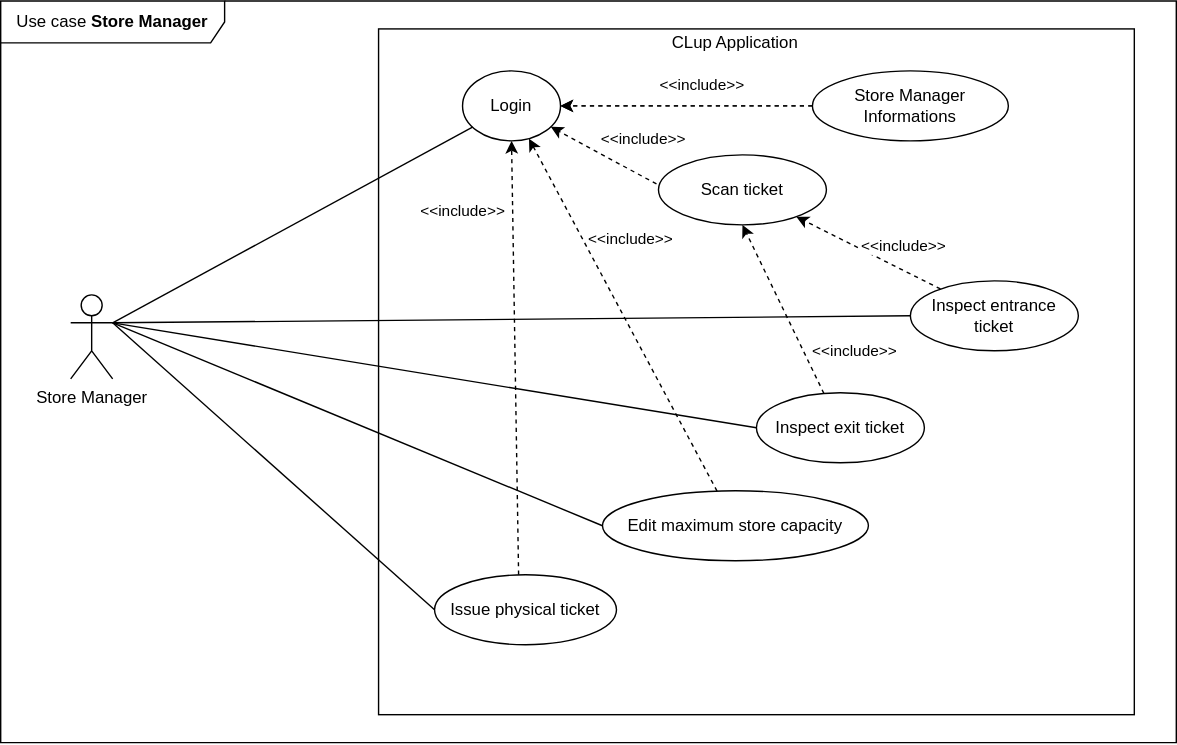
Earlier version of the draw.io export assets/rasd/use_cases/use_case_store_manager.svg (ferrohd/CLup). Source tidied: cells renumbered, new cells last; positions are measured from the earlier drawing's top-left corner, leaving out a move shared by most shapes.
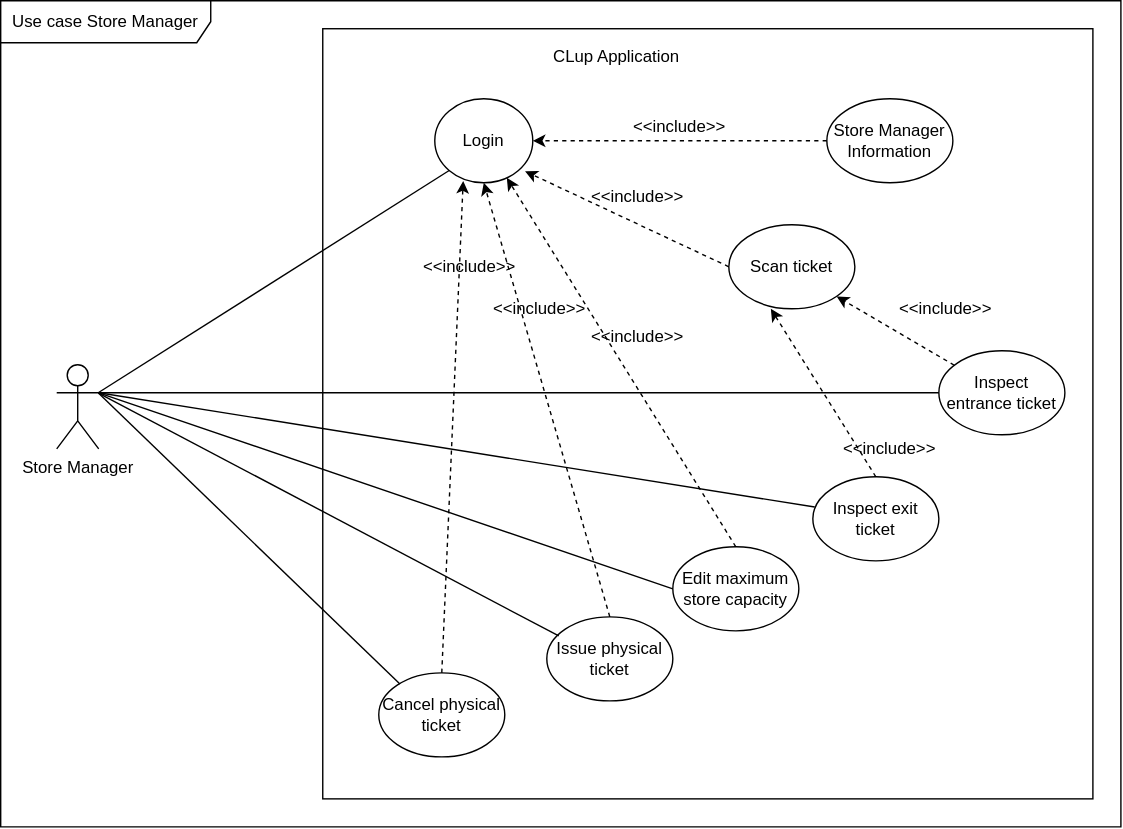
The same file after the commit.

Commit message:
updated use cases

What changed in the source:
```diff
@@ -2,112 +2,107 @@
   <root>
     <mxCell id="0" />
     <mxCell id="1" parent="0" />
-    <mxCell id="2" value="Use case &lt;b&gt;Store Manager&lt;br&gt;&lt;/b&gt;" style="shape=umlFrame;whiteSpace=wrap;html=1;width=160;height=30;" parent="1" vertex="1">
-      <mxGeometry width="840" height="530" as="geometry" />
+    <mxCell id="2" value="Use case Store Manager" style="shape=umlFrame;whiteSpace=wrap;html=1;width=150;height=30;" parent="1" vertex="1">
+      <mxGeometry y="10" width="800" height="590" as="geometry" />
     </mxCell>
-    <mxCell id="3" style="rounded=0;whiteSpace=wrap;html=1;" parent="1" vertex="1">
-      <mxGeometry x="270" y="20" width="540" height="490" as="geometry" />
-    </mxCell>
+    <mxCell id="32" style="whiteSpace=wrap;html=1;" parent="1" vertex="1">
+      <mxGeometry x="230" y="30" width="550" height="550" as="geometry" />
+    </mxCell>
+    <mxCell id="5" value="Store Manager" style="shape=umlActor;verticalLabelPosition=bottom;verticalAlign=top;html=1;" parent="1" vertex="1">
+      <mxGeometry x="40" y="270" width="30" height="60" as="geometry" />
+    </mxCell>
-    <mxCell id="4" value="&lt;div&gt;CLup Application&lt;/div&gt;" style="text;html=1;strokeColor=none;fillColor=none;align=center;verticalAlign=middle;whiteSpace=wrap;rounded=0;" parent="1" vertex="1">
-      <mxGeometry x="460" y="20" width="130" height="20" as="geometry" />
+    <mxCell id="4" value="CLup Application" style="text;html=1;strokeColor=none;fillColor=none;align=center;verticalAlign=middle;whiteSpace=wrap;rounded=0;" parent="1" vertex="1">
+      <mxGeometry x="390" y="40" width="100" height="20" as="geometry" />
     </mxCell>
-    <mxCell id="5" value="Store Manager" style="shape=umlActor;verticalLabelPosition=bottom;verticalAlign=top;html=1;" parent="1" vertex="1">
-      <mxGeometry x="50" y="210" width="30" height="60" as="geometry" />
-    </mxCell>
     <mxCell id="6" value="Login" style="ellipse;whiteSpace=wrap;html=1;" parent="1" vertex="1">
-      <mxGeometry x="330" y="50" width="70" height="50" as="geometry" />
+      <mxGeometry x="310" y="80" width="70" height="60" as="geometry" />
     </mxCell>
-    <mxCell id="7" style="endArrow=none;html=1;exitX=1;exitY=0.3333333333333333;exitDx=0;exitDy=0;exitPerimeter=0;" parent="1" edge="1" source="5" target="6">
-      <mxGeometry relative="1" as="geometry" />
-    </mxCell>
-    <mxCell id="8" value="Store Manager Informations" style="ellipse;whiteSpace=wrap;html=1;" parent="1" vertex="1">
-      <mxGeometry x="580" y="50" width="140" height="50" as="geometry" />
-    </mxCell>
-    <mxCell id="9" style="endArrow=classic;html=1;exitX=0;exitY=0.5;exitDx=0;exitDy=0;entryX=1;entryY=0.5;entryDx=0;entryDy=0;dashed=1;" parent="1" edge="1" source="8" target="6">
-      <mxGeometry relative="1" as="geometry" />
-    </mxCell>
-    <mxCell id="10" value="&amp;lt;&amp;lt;include&amp;gt;&amp;gt;" style="edgeLabel;html=1;align=center;verticalAlign=middle;" parent="9" vertex="1">
-      <mxGeometry x="-0.19" relative="1" as="geometry">
-        <mxPoint x="-6.7" y="-15" as="offset" />
-      </mxGeometry>
-    </mxCell>
+    <mxCell id="33" value="Store Manager Information" style="ellipse;whiteSpace=wrap;html=1;" parent="1" vertex="1">
+      <mxGeometry x="590" y="80" width="90" height="60" as="geometry" />
+    </mxCell>
+    <mxCell id="15" value="Scan ticket" style="ellipse;whiteSpace=wrap;html=1;" parent="1" vertex="1">
+      <mxGeometry x="520" y="170" width="90" height="60" as="geometry" />
+    </mxCell>
     <mxCell id="11" value="Inspect entrance ticket" style="ellipse;whiteSpace=wrap;html=1;" parent="1" vertex="1">
-      <mxGeometry x="650" y="200" width="120" height="50" as="geometry" />
+      <mxGeometry x="670" y="260" width="90" height="60" as="geometry" />
     </mxCell>
     <mxCell id="12" value="Inspect exit ticket" style="ellipse;whiteSpace=wrap;html=1;" parent="1" vertex="1">
-      <mxGeometry x="540" y="280" width="120" height="50" as="geometry" />
+      <mxGeometry x="580" y="350" width="90" height="60" as="geometry" />
     </mxCell>
-    <mxCell id="13" style="endArrow=classic;html=1;exitX=0;exitY=0.5;exitDx=0;exitDy=0;entryX=1;entryY=0.5;entryDx=0;entryDy=0;dashed=1;" parent="1" edge="1">
-      <mxGeometry relative="1" as="geometry">
-        <mxPoint x="580" y="75" as="sourcePoint" />
-        <mxPoint x="400" y="75" as="targetPoint" />
-      </mxGeometry>
-    </mxCell>
-    <mxCell id="14" value="&amp;lt;&amp;lt;include&amp;gt;&amp;gt;" style="edgeLabel;html=1;align=center;verticalAlign=middle;" parent="13" vertex="1">
-      <mxGeometry x="-0.19" relative="1" as="geometry">
-        <mxPoint x="-6.7" y="-15" as="offset" />
-      </mxGeometry>
-    </mxCell>
-    <mxCell id="15" value="Scan ticket" style="ellipse;whiteSpace=wrap;html=1;" parent="1" vertex="1">
-      <mxGeometry x="470" y="110" width="120" height="50" as="geometry" />
-    </mxCell>
+    <mxCell id="28" value="Issue physical ticket" style="ellipse;whiteSpace=wrap;html=1;" parent="1" vertex="1">
+      <mxGeometry x="390" y="450" width="90" height="60" as="geometry" />
+    </mxCell>
+    <mxCell id="24" value="Edit maximum store capacity" style="ellipse;whiteSpace=wrap;html=1;" parent="1" vertex="1">
+      <mxGeometry x="480" y="400" width="90" height="60" as="geometry" />
+    </mxCell>
+    <mxCell id="29" style="endArrow=classic;html=1;dashed=1;entryX=0.5;entryY=1;entryDx=0;entryDy=0;exitX=0.5;exitY=0;exitDx=0;exitDy=0;" parent="1" edge="1" source="28" target="6">
+      <mxGeometry relative="1" as="geometry" />
+    </mxCell>
+    <mxCell id="26" style="endArrow=classic;html=1;dashed=1;exitX=0.5;exitY=0;exitDx=0;exitDy=0;" parent="1" edge="1" source="24" target="6">
+      <mxGeometry relative="1" as="geometry" />
+    </mxCell>
+    <mxCell id="34" style="endArrow=classic;html=1;dashed=1;entryX=1;entryY=0.5;entryDx=0;entryDy=0;exitX=0;exitY=0.5;exitDx=0;exitDy=0;" parent="1" edge="1" source="33" target="6">
+      <mxGeometry relative="1" as="geometry" />
+    </mxCell>
-    <mxCell id="16" style="endArrow=classic;html=1;exitX=-0.012;exitY=0.416;exitDx=0;exitDy=0;dashed=1;exitPerimeter=0;" parent="1" edge="1" source="15" target="6">
+    <mxCell id="16" style="endArrow=classic;html=1;dashed=1;entryX=0.921;entryY=0.863;entryDx=0;entryDy=0;exitX=0;exitY=0.5;exitDx=0;exitDy=0;entryPerimeter=0;" parent="1" edge="1" source="15" target="6">
       <mxGeometry relative="1" as="geometry" />
     </mxCell>
-    <mxCell id="17" value="&amp;lt;&amp;lt;include&amp;gt;&amp;gt;" style="edgeLabel;html=1;align=center;verticalAlign=middle;" parent="16" vertex="1">
-      <mxGeometry x="-0.19" relative="1" as="geometry">
-        <mxPoint x="20.2" y="-15.7" as="offset" />
-      </mxGeometry>
-    </mxCell>
-    <mxCell id="18" style="endArrow=classic;html=1;dashed=1;" parent="1" edge="1" source="11" target="15">
+    <mxCell id="18" style="endArrow=classic;html=1;dashed=1;entryX=1;entryY=1;entryDx=0;entryDy=0;" parent="1" edge="1" source="11" target="15">
       <mxGeometry relative="1" as="geometry" />
     </mxCell>
-    <mxCell id="19" value="&amp;lt;&amp;lt;include&amp;gt;&amp;gt;" style="edgeLabel;html=1;align=center;verticalAlign=middle;" parent="18" vertex="1">
-      <mxGeometry x="-0.19" relative="1" as="geometry">
-        <mxPoint x="15" y="-10.4" as="offset" />
-      </mxGeometry>
-    </mxCell>
-    <mxCell id="20" style="endArrow=classic;html=1;entryX=0.5;entryY=1;entryDx=0;entryDy=0;dashed=1;" parent="1" edge="1" source="12" target="15">
-      <mxGeometry relative="1" as="geometry" />
-    </mxCell>
-    <mxCell id="21" value="&amp;lt;&amp;lt;include&amp;gt;&amp;gt;" style="edgeLabel;html=1;align=center;verticalAlign=middle;" parent="20" vertex="1">
-      <mxGeometry x="-0.19" relative="1" as="geometry">
-        <mxPoint x="45.5" y="18.6" as="offset" />
-      </mxGeometry>
-    </mxCell>
+    <mxCell id="35" style="endArrow=classic;html=1;dashed=1;entryX=0.5;entryY=1;entryDx=0;entryDy=0;exitX=0.5;exitY=0;exitDx=0;exitDy=0;" parent="1" edge="1" source="12">
+      <mxGeometry relative="1" as="geometry">
+        <mxPoint x="550" y="230" as="targetPoint" />
+      </mxGeometry>
+    </mxCell>
+    <mxCell id="36" value="&lt;div align=&quot;left&quot;&gt;&amp;lt;&amp;lt;include&amp;gt;&amp;gt;&lt;/div&gt;" style="text;html=1;strokeColor=none;fillColor=none;align=left;verticalAlign=middle;whiteSpace=wrap;rounded=0;" parent="1" vertex="1">
+      <mxGeometry x="300" y="190" width="70" height="20" as="geometry" />
+    </mxCell>
+    <mxCell id="37" value="&lt;div align=&quot;left&quot;&gt;&amp;lt;&amp;lt;include&amp;gt;&amp;gt;&lt;/div&gt;" style="text;html=1;strokeColor=none;fillColor=none;align=left;verticalAlign=middle;whiteSpace=wrap;rounded=0;" parent="1" vertex="1">
+      <mxGeometry x="420" y="240" width="70" height="20" as="geometry" />
+    </mxCell>
+    <mxCell id="38" value="&lt;div align=&quot;left&quot;&gt;&amp;lt;&amp;lt;include&amp;gt;&amp;gt;&lt;/div&gt;" style="text;html=1;strokeColor=none;fillColor=none;align=left;verticalAlign=middle;whiteSpace=wrap;rounded=0;" parent="1" vertex="1">
+      <mxGeometry x="450" y="90" width="70" height="20" as="geometry" />
+    </mxCell>
+    <mxCell id="39" value="&lt;div align=&quot;left&quot;&gt;&amp;lt;&amp;lt;include&amp;gt;&amp;gt;&lt;/div&gt;" style="text;html=1;strokeColor=none;fillColor=none;align=left;verticalAlign=middle;whiteSpace=wrap;rounded=0;" parent="1" vertex="1">
+      <mxGeometry x="420" y="140" width="70" height="20" as="geometry" />
+    </mxCell>
+    <mxCell id="40" value="&lt;div align=&quot;left&quot;&gt;&amp;lt;&amp;lt;include&amp;gt;&amp;gt;&lt;/div&gt;" style="text;html=1;strokeColor=none;fillColor=none;align=left;verticalAlign=middle;whiteSpace=wrap;rounded=0;" parent="1" vertex="1">
+      <mxGeometry x="600" y="320" width="70" height="20" as="geometry" />
+    </mxCell>
+    <mxCell id="41" value="&lt;div align=&quot;left&quot;&gt;&amp;lt;&amp;lt;include&amp;gt;&amp;gt;&lt;/div&gt;" style="text;html=1;strokeColor=none;fillColor=none;align=left;verticalAlign=middle;whiteSpace=wrap;rounded=0;" parent="1" vertex="1">
+      <mxGeometry x="640" y="220" width="70" height="20" as="geometry" />
+    </mxCell>
+    <mxCell id="7" style="endArrow=none;html=1;entryX=0;entryY=1;entryDx=0;entryDy=0;exitX=0.988;exitY=0.333;exitDx=0;exitDy=0;exitPerimeter=0;" parent="1" edge="1" source="5" target="6">
+      <mxGeometry relative="1" as="geometry" />
+    </mxCell>
+    <mxCell id="31" style="endArrow=none;html=1;entryX=0.095;entryY=0.228;entryDx=0;entryDy=0;exitX=0.993;exitY=0.336;exitDx=0;exitDy=0;exitPerimeter=0;entryPerimeter=0;" parent="1" edge="1" source="5" target="28">
+      <mxGeometry relative="1" as="geometry" />
+    </mxCell>
+    <mxCell id="42" style="endArrow=none;html=1;entryX=0;entryY=0.5;entryDx=0;entryDy=0;" parent="1" edge="1" target="24">
+      <mxGeometry relative="1" as="geometry">
+        <mxPoint x="70" y="290" as="sourcePoint" />
+      </mxGeometry>
+    </mxCell>
-    <mxCell id="22" style="endArrow=none;html=1;exitX=1;exitY=0.3333333333333333;exitDx=0;exitDy=0;exitPerimeter=0;entryX=0;entryY=0.5;entryDx=0;entryDy=0;" parent="1" edge="1" source="5" target="12">
+    <mxCell id="22" style="endArrow=none;html=1;entryX=0.015;entryY=0.36;entryDx=0;entryDy=0;exitX=1;exitY=0.3333333333333333;exitDx=0;exitDy=0;exitPerimeter=0;entryPerimeter=0;" parent="1" edge="1" source="5" target="12">
       <mxGeometry relative="1" as="geometry" />
     </mxCell>
     <mxCell id="23" style="endArrow=none;html=1;entryX=0;entryY=0.5;entryDx=0;entryDy=0;exitX=1;exitY=0.3333333333333333;exitDx=0;exitDy=0;exitPerimeter=0;" parent="1" edge="1" source="5" target="11">
       <mxGeometry relative="1" as="geometry" />
     </mxCell>
-    <mxCell id="24" value="Edit maximum store capacity" style="ellipse;whiteSpace=wrap;html=1;" parent="1" vertex="1">
-      <mxGeometry x="430" y="350" width="190" height="50" as="geometry" />
-    </mxCell>
-    <mxCell id="25" style="endArrow=none;html=1;entryX=0;entryY=0.5;entryDx=0;entryDy=0;exitX=1;exitY=0.3333333333333333;exitDx=0;exitDy=0;exitPerimeter=0;" parent="1" edge="1" source="5" target="24">
-      <mxGeometry relative="1" as="geometry" />
-    </mxCell>
-    <mxCell id="26" style="endArrow=classic;html=1;dashed=1;" parent="1" edge="1" source="24" target="6">
-      <mxGeometry relative="1" as="geometry" />
-    </mxCell>
-    <mxCell id="27" value="&amp;lt;&amp;lt;include&amp;gt;&amp;gt;" style="edgeLabel;html=1;align=center;verticalAlign=middle;" parent="26" vertex="1">
-      <mxGeometry x="-0.19" relative="1" as="geometry">
-        <mxPoint x="-7.3" y="-78" as="offset" />
-      </mxGeometry>
-    </mxCell>
-    <mxCell id="28" value="Issue physical ticket" style="ellipse;whiteSpace=wrap;html=1;" parent="1" vertex="1">
-      <mxGeometry x="310" y="410" width="130" height="50" as="geometry" />
-    </mxCell>
-    <mxCell id="29" style="endArrow=classic;html=1;dashed=1;exitX=0.462;exitY=0;exitDx=0;exitDy=0;exitPerimeter=0;entryX=0.5;entryY=1;entryDx=0;entryDy=0;" parent="1" edge="1" source="28" target="6">
-      <mxGeometry relative="1" as="geometry" />
-    </mxCell>
-    <mxCell id="30" value="&amp;lt;&amp;lt;include&amp;gt;&amp;gt;" style="edgeLabel;html=1;align=center;verticalAlign=middle;" parent="29" vertex="1">
-      <mxGeometry x="-0.19" relative="1" as="geometry">
-        <mxPoint x="-38" y="-134.5" as="offset" />
-      </mxGeometry>
-    </mxCell>
-    <mxCell id="31" style="endArrow=none;html=1;entryX=0;entryY=0.5;entryDx=0;entryDy=0;exitX=1;exitY=0.3333333333333333;exitDx=0;exitDy=0;exitPerimeter=0;" parent="1" edge="1" source="5" target="28">
-      <mxGeometry relative="1" as="geometry" />
-    </mxCell>
+    <mxCell id="43" value="Cancel physical ticket" style="ellipse;whiteSpace=wrap;html=1;" parent="1" vertex="1">
+      <mxGeometry x="270" y="490" width="90" height="60" as="geometry" />
+    </mxCell>
+    <mxCell id="44" style="endArrow=classic;html=1;dashed=1;entryX=0.29;entryY=0.978;entryDx=0;entryDy=0;exitX=0.5;exitY=0;exitDx=0;exitDy=0;entryPerimeter=0;" parent="1" edge="1" source="43" target="6">
+      <mxGeometry relative="1" as="geometry" />
+    </mxCell>
+    <mxCell id="45" value="&lt;div align=&quot;left&quot;&gt;&amp;lt;&amp;lt;include&amp;gt;&amp;gt;&lt;/div&gt;" style="text;html=1;strokeColor=none;fillColor=none;align=left;verticalAlign=middle;whiteSpace=wrap;rounded=0;" parent="1" vertex="1">
+      <mxGeometry x="350" y="220" width="70" height="20" as="geometry" />
+    </mxCell>
+    <mxCell id="46" style="endArrow=none;html=1;entryX=0.168;entryY=0.134;entryDx=0;entryDy=0;exitX=0.993;exitY=0.336;exitDx=0;exitDy=0;exitPerimeter=0;entryPerimeter=0;" parent="1" edge="1" target="43">
+      <mxGeometry relative="1" as="geometry">
+        <mxPoint x="69.8" y="290.2" as="sourcePoint" />
+      </mxGeometry>
+    </mxCell>
   </root>
 </mxGraphModel>
```
